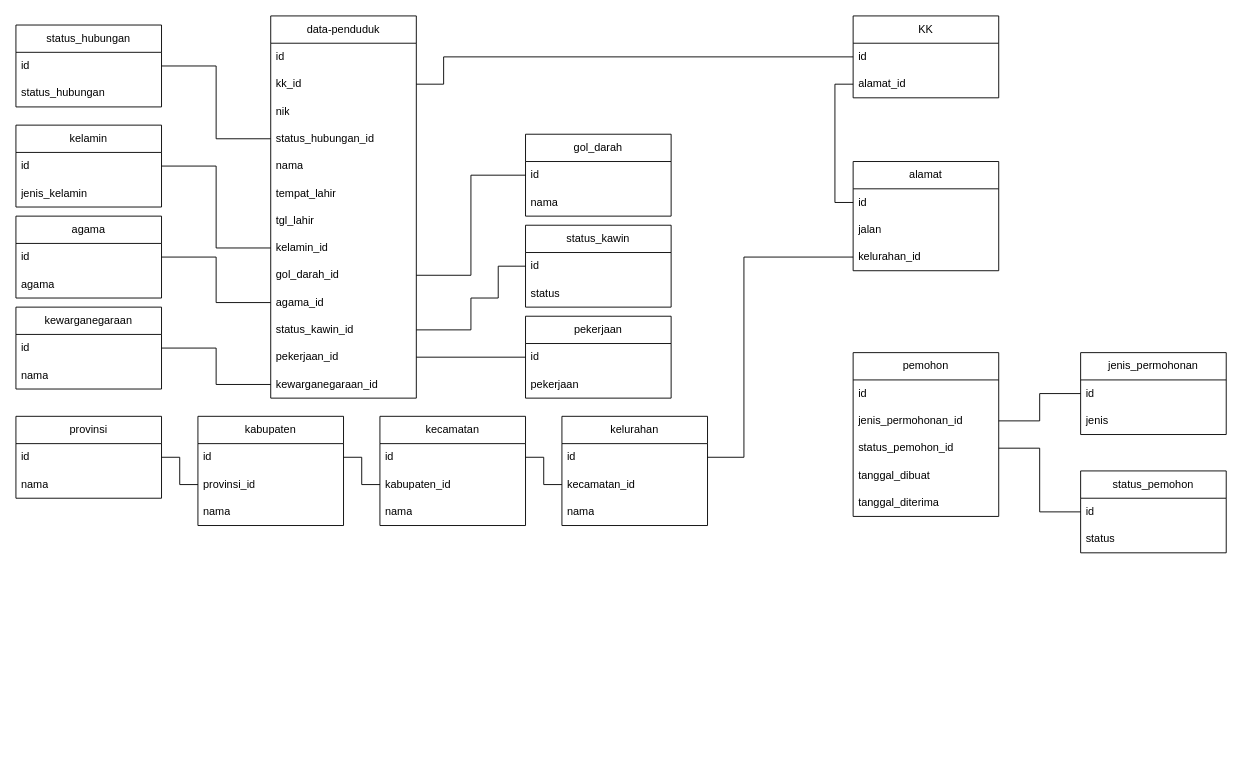
Above: database/design-database/relasi database.drawio in Habsyi2512/data-penduduk (draw.io), before the change. Source tidied: cells renumbered, new cells numbered last; positions are measured from the earlier drawing's top-left corner, leaving out a move shared by most shapes. Both pictures are drawn from the tidied source at 91%, with x=0, y=0 at pixel (15, 15).
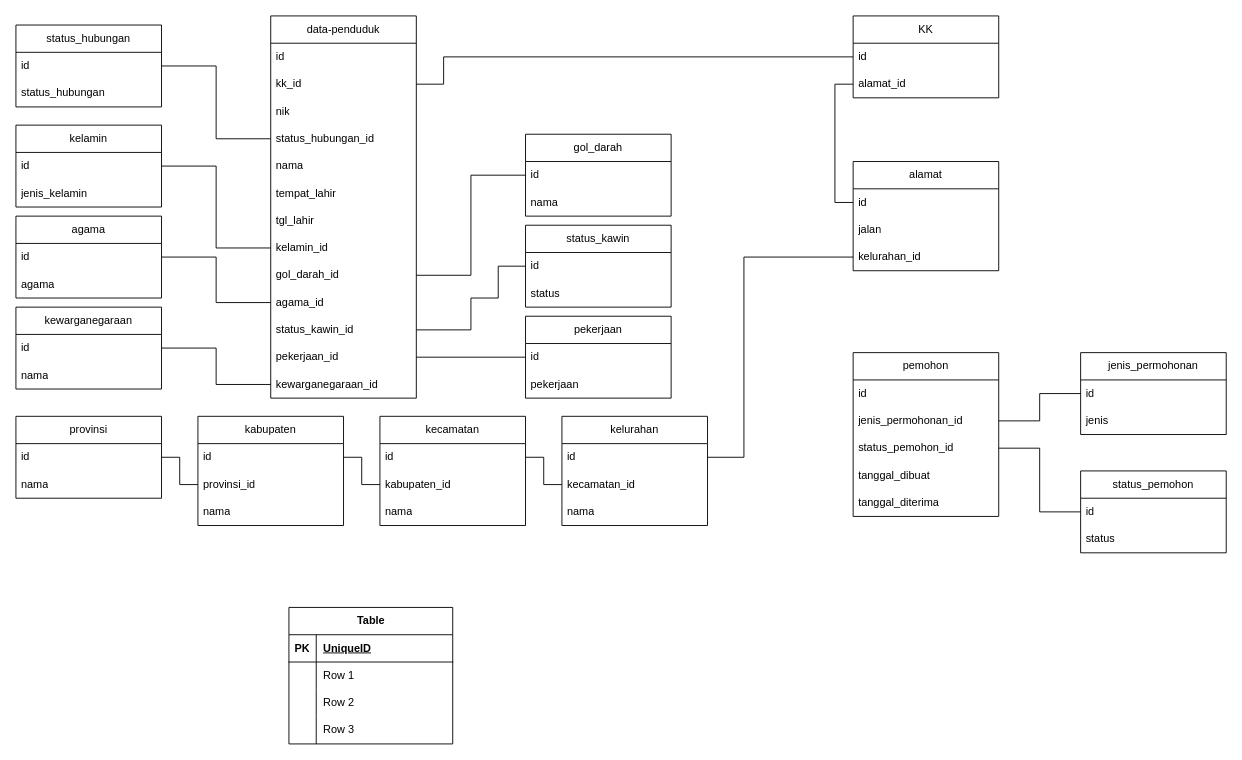
The same diagram, later.

Change to the diagram source:
```diff
@@
+    <mxCell id="86" value="Table" style="shape=table;startSize=30;childLayout=tableLayout;rowLines=0;fontStyle=1;align=center;html=1;" parent="1" vertex="1">
+      <mxGeometry x="300" y="650" width="180" height="150" as="geometry" />
+    </mxCell>
+    <mxCell id="87" style="shape=tableRow;horizontal=0;startSize=0;swimlaneHead=0;swimlaneBody=0;fillColor=none;top=0;left=0;right=0;bottom=1;" parent="86" vertex="1">
+      <mxGeometry y="30" width="180" height="30" as="geometry" />
+    </mxCell>
+    <mxCell id="88" value="PK" style="shape=partialRectangle;fillColor=none;top=0;left=0;bottom=0;right=0;fontStyle=1;overflow=hidden;whiteSpace=wrap;html=1;" parent="87" vertex="1">
+      <mxGeometry width="30" height="30" as="geometry" />
+    </mxCell>
+    <mxCell id="89" value="UniqueID" style="shape=partialRectangle;fillColor=none;top=0;left=0;bottom=0;right=0;align=left;spacingLeft=6;fontStyle=5;overflow=hidden;whiteSpace=wrap;html=1;" parent="87" vertex="1">
+      <mxGeometry x="30" width="150" height="30" as="geometry" />
+    </mxCell>
+    <mxCell id="90" style="shape=tableRow;horizontal=0;startSize=0;swimlaneHead=0;swimlaneBody=0;fillColor=none;top=0;left=0;right=0;bottom=0;" parent="86" vertex="1">
+      <mxGeometry y="60" width="180" height="30" as="geometry" />
+    </mxCell>
+    <mxCell id="91" style="shape=partialRectangle;fillColor=none;top=0;left=0;bottom=0;right=0;overflow=hidden;whiteSpace=wrap;html=1;" parent="90" vertex="1">
+      <mxGeometry width="30" height="30" as="geometry" />
+    </mxCell>
+    <mxCell id="92" value="Row 1" style="shape=partialRectangle;fillColor=none;top=0;left=0;bottom=0;right=0;align=left;spacingLeft=6;overflow=hidden;whiteSpace=wrap;html=1;" parent="90" vertex="1">
+      <mxGeometry x="30" width="150" height="30" as="geometry" />
+    </mxCell>
+    <mxCell id="93" style="shape=tableRow;horizontal=0;startSize=0;swimlaneHead=0;swimlaneBody=0;fillColor=none;top=0;left=0;right=0;bottom=0;" parent="86" vertex="1">
+      <mxGeometry y="90" width="180" height="30" as="geometry" />
+    </mxCell>
+    <mxCell id="94" style="shape=partialRectangle;fillColor=none;top=0;left=0;bottom=0;right=0;overflow=hidden;whiteSpace=wrap;html=1;" parent="93" vertex="1">
+      <mxGeometry width="30" height="30" as="geometry" />
+    </mxCell>
+    <mxCell id="95" value="Row 2" style="shape=partialRectangle;fillColor=none;top=0;left=0;bottom=0;right=0;align=left;spacingLeft=6;overflow=hidden;whiteSpace=wrap;html=1;" parent="93" vertex="1">
+      <mxGeometry x="30" width="150" height="30" as="geometry" />
+    </mxCell>
+    <mxCell id="96" style="shape=tableRow;horizontal=0;startSize=0;swimlaneHead=0;swimlaneBody=0;fillColor=none;top=0;left=0;right=0;bottom=0;" parent="86" vertex="1">
+      <mxGeometry y="120" width="180" height="30" as="geometry" />
+    </mxCell>
+    <mxCell id="97" style="shape=partialRectangle;fillColor=none;top=0;left=0;bottom=0;right=0;overflow=hidden;whiteSpace=wrap;html=1;" parent="96" vertex="1">
+      <mxGeometry width="30" height="30" as="geometry" />
+    </mxCell>
+    <mxCell id="98" value="Row 3" style="shape=partialRectangle;fillColor=none;top=0;left=0;bottom=0;right=0;align=left;spacingLeft=6;overflow=hidden;whiteSpace=wrap;html=1;" parent="96" vertex="1">
+      <mxGeometry x="30" width="150" height="30" as="geometry" />
+    </mxCell>
```
